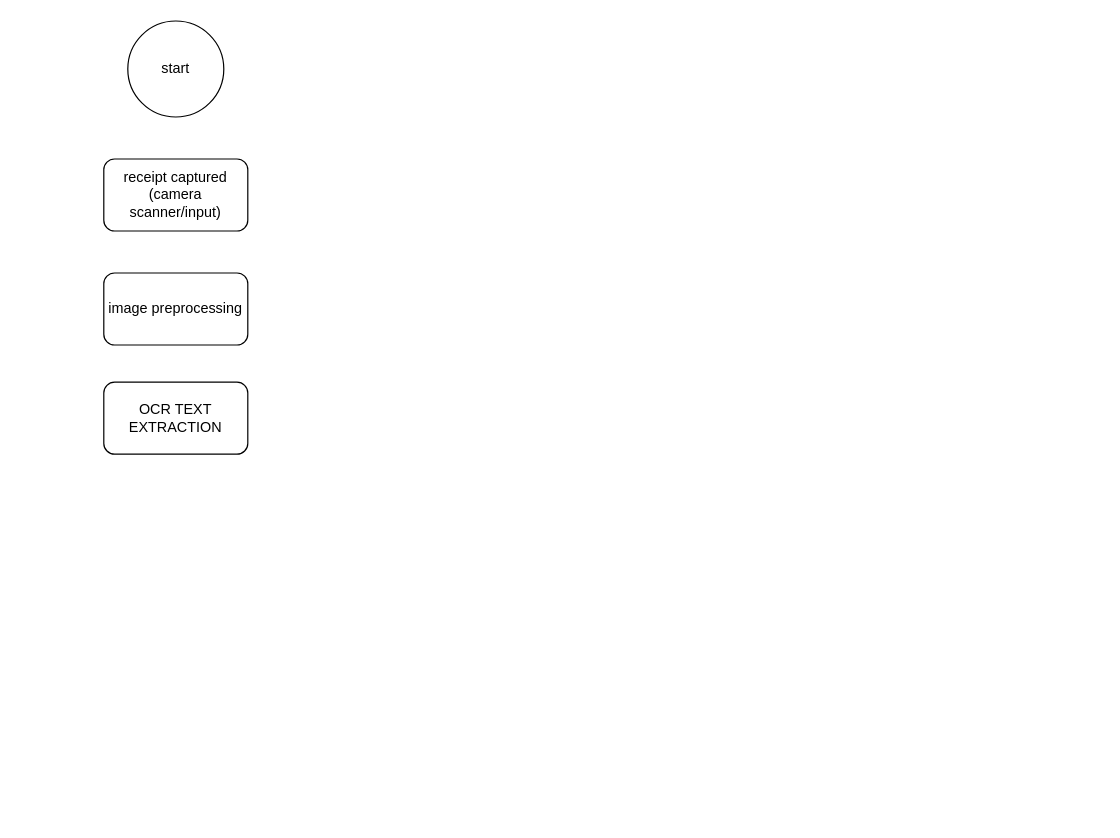
7bry7/INVENTORY-MANAGEMENT-SYSTEM-USING-IMAGE-PROCESSING-FOR-RECEIPT-BASED-STOCK-MONITORING-AND-CONTROL keeps this draw.io diagram as workflow.drawio. Above is the earlier version. Source tidied: cells renumbered, new cells numbered last; positions are measured from the earlier drawing's top-left corner, leaving out a move shared by most shapes. Both pictures are drawn from the tidied source at 120%, with x=0, y=0 at pixel (103, 20).
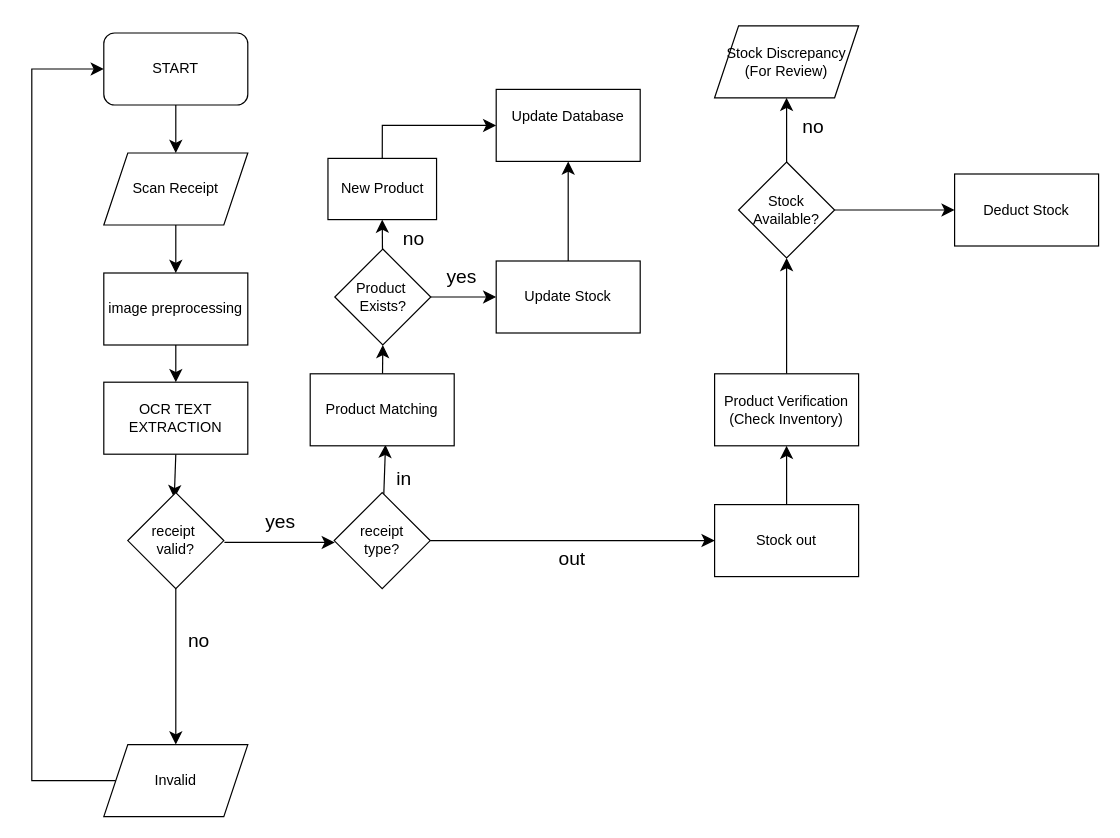
The same page after the edit.

Change to the diagram source:
```diff
@@
-    <mxCell id="2" value="start" style="ellipse;whiteSpace=wrap;html=1;" parent="1" vertex="1">
-      <mxGeometry x="20" width="80" height="80" as="geometry" />
-    </mxCell>
-    <mxCell id="3" value="receipt captured&lt;div&gt;(camera scanner/input)&lt;/div&gt;" style="rounded=1;whiteSpace=wrap;html=1;" parent="1" vertex="1">
-      <mxGeometry y="115" width="120" height="60" as="geometry" />
-    </mxCell>
+    <mxCell id="6" style="edgeStyle=none;curved=1;rounded=0;jettySize=auto;html=1;entryX=0.5;entryY=0;entryDx=0;entryDy=0;fontSize=12;startSize=8;endSize=8;exitX=0.5;exitY=1;exitDx=0;exitDy=0;" parent="1" edge="1" source="28" target="4">
+      <mxGeometry relative="1" as="geometry" />
+    </mxCell>
+    <mxCell id="7" style="edgeStyle=none;curved=1;rounded=0;jettySize=auto;html=1;entryX=0.5;entryY=0;entryDx=0;entryDy=0;fontSize=12;startSize=8;endSize=8;" parent="1" edge="1" source="4" target="5">
+      <mxGeometry relative="1" as="geometry" />
+    </mxCell>
-    <mxCell id="4" value="image preprocessing" style="rounded=1;whiteSpace=wrap;html=1;" parent="1" vertex="1">
+    <mxCell id="4" value="image preprocessing" style="rounded=0;whiteSpace=wrap;html=1;" parent="1" vertex="1">
       <mxGeometry y="210" width="120" height="60" as="geometry" />
     </mxCell>
+    <mxCell id="8" style="edgeStyle=none;curved=1;rounded=0;jettySize=auto;html=1;exitX=0.5;exitY=1;exitDx=0;exitDy=0;fontSize=12;startSize=8;endSize=8;entryX=0.484;entryY=0.058;entryDx=0;entryDy=0;entryPerimeter=0;" parent="1" edge="1" source="5" target="11">
+      <mxGeometry relative="1" as="geometry" />
+    </mxCell>
-    <mxCell id="5" value="OCR TEXT EXTRACTION" style="rounded=1;whiteSpace=wrap;html=1;" parent="1" vertex="1">
+    <mxCell id="5" value="OCR TEXT EXTRACTION" style="rounded=0;whiteSpace=wrap;html=1;" parent="1" vertex="1">
       <mxGeometry y="301" width="120" height="60" as="geometry" />
     </mxCell>
+    <mxCell id="9" style="edgeStyle=none;curved=1;rounded=0;orthogonalLoop=1;jettySize=auto;html=1;exitX=1;exitY=0.5;exitDx=0;exitDy=0;entryX=0;entryY=0.5;entryDx=0;entryDy=0;fontSize=12;startSize=8;endSize=8;" parent="1" edge="1">
+      <mxGeometry relative="1" as="geometry">
+        <mxPoint x="100.5" y="434.5" as="sourcePoint" />
+        <mxPoint x="192.5" y="434.5" as="targetPoint" />
+      </mxGeometry>
+    </mxCell>
+    <mxCell id="10" style="edgeStyle=none;curved=1;rounded=0;jettySize=auto;html=1;fontSize=12;startSize=8;endSize=8;" parent="1" edge="1" source="11" target="44">
+      <mxGeometry relative="1" as="geometry" />
+    </mxCell>
+    <mxCell id="11" value="receipt&amp;nbsp;&lt;div&gt;valid?&lt;/div&gt;" style="rhombus;whiteSpace=wrap;html=1;" parent="1" vertex="1">
+      <mxGeometry x="20" y="393" width="80" height="80" as="geometry" />
+    </mxCell>
+    <mxCell id="12" style="edgeStyle=none;curved=1;rounded=0;orthogonalLoop=1;jettySize=auto;html=1;entryX=0.5;entryY=0;entryDx=0;entryDy=0;fontSize=12;startSize=8;endSize=8;" parent="1" edge="1" source="11" target="11">
+      <mxGeometry relative="1" as="geometry" />
+    </mxCell>
+    <mxCell id="13" style="edgeStyle=orthogonalEdgeStyle;rounded=0;jettySize=auto;html=1;entryX=0;entryY=0.5;entryDx=0;entryDy=0;fontSize=12;startSize=8;endSize=8;exitX=0;exitY=0.5;exitDx=0;exitDy=0;" parent="1" edge="1" source="44" target="27">
+      <mxGeometry relative="1" as="geometry">
+        <Array as="points">
+          <mxPoint x="-60" y="633" />
+          <mxPoint x="-60" y="40" />
+        </Array>
+      </mxGeometry>
+    </mxCell>
+    <mxCell id="14" style="edgeStyle=none;curved=1;rounded=0;jettySize=auto;html=1;entryX=0;entryY=0.5;entryDx=0;entryDy=0;fontSize=12;startSize=8;endSize=8;" parent="1" edge="1" source="16" target="18">
+      <mxGeometry relative="1" as="geometry" />
+    </mxCell>
+    <mxCell id="15" style="edgeStyle=none;curved=1;rounded=0;jettySize=auto;html=1;entryX=0.523;entryY=0.987;entryDx=0;entryDy=0;fontSize=12;startSize=8;endSize=8;entryPerimeter=0;" parent="1" edge="1" source="16" target="20">
+      <mxGeometry relative="1" as="geometry" />
+    </mxCell>
+    <mxCell id="16" value="receipt&lt;div&gt;type?&lt;/div&gt;" style="rhombus;whiteSpace=wrap;html=1;" parent="1" vertex="1">
+      <mxGeometry x="192" y="393" width="80" height="80" as="geometry" />
+    </mxCell>
+    <mxCell id="17" style="edgeStyle=none;curved=1;rounded=0;jettySize=auto;html=1;fontSize=12;startSize=8;endSize=8;" parent="1" edge="1" source="18" target="39">
+      <mxGeometry relative="1" as="geometry" />
+    </mxCell>
+    <mxCell id="18" value="Stock out" style="rounded=0;whiteSpace=wrap;html=1;" parent="1" vertex="1">
+      <mxGeometry x="509" y="403" width="120" height="60" as="geometry" />
+    </mxCell>
+    <mxCell id="19" style="edgeStyle=none;curved=1;rounded=0;jettySize=auto;html=1;entryX=0.5;entryY=1;entryDx=0;entryDy=0;fontSize=12;startSize=8;endSize=8;" parent="1" edge="1" source="20" target="23">
+      <mxGeometry relative="1" as="geometry" />
+    </mxCell>
+    <mxCell id="20" value="Product Matching" style="rounded=0;whiteSpace=wrap;html=1;" parent="1" vertex="1">
+      <mxGeometry x="172" y="294" width="120" height="60" as="geometry" />
+    </mxCell>
+    <mxCell id="21" style="edgeStyle=none;curved=1;rounded=0;jettySize=auto;html=1;entryX=0.5;entryY=1;entryDx=0;entryDy=0;fontSize=12;startSize=8;endSize=8;" parent="1" edge="1" source="23" target="25">
+      <mxGeometry relative="1" as="geometry" />
+    </mxCell>
+    <mxCell id="22" style="edgeStyle=none;curved=1;rounded=0;jettySize=auto;html=1;fontSize=12;startSize=8;endSize=8;" parent="1" edge="1" source="23" target="35">
+      <mxGeometry relative="1" as="geometry" />
+    </mxCell>
+    <mxCell id="23" value="Product&amp;nbsp;&lt;div&gt;Exists?&lt;/div&gt;" style="rhombus;whiteSpace=wrap;html=1;" parent="1" vertex="1">
+      <mxGeometry x="192.5" y="190" width="80" height="80" as="geometry" />
+    </mxCell>
+    <mxCell id="24" style="edgeStyle=orthogonalEdgeStyle;rounded=0;jettySize=auto;html=1;fontSize=12;startSize=8;endSize=8;exitX=0.5;exitY=0;exitDx=0;exitDy=0;entryX=0;entryY=0.5;entryDx=0;entryDy=0;" parent="1" edge="1" source="25" target="36">
+      <mxGeometry relative="1" as="geometry" />
+    </mxCell>
+    <mxCell id="25" value="New Product" style="rounded=0;whiteSpace=wrap;html=1;" parent="1" vertex="1">
+      <mxGeometry x="186.8" y="114.5" width="90.5" height="51" as="geometry" />
+    </mxCell>
+    <mxCell id="26" style="edgeStyle=none;curved=1;rounded=0;jettySize=auto;html=1;entryX=0.5;entryY=0;entryDx=0;entryDy=0;fontSize=12;startSize=8;endSize=8;" parent="1" edge="1" source="27" target="28">
+      <mxGeometry relative="1" as="geometry" />
+    </mxCell>
+    <mxCell id="27" value="START" style="rounded=1;whiteSpace=wrap;html=1;" parent="1" vertex="1">
+      <mxGeometry y="10" width="120" height="60" as="geometry" />
+    </mxCell>
+    <mxCell id="28" value="Scan Receipt" style="shape=parallelogram;perimeter=parallelogramPerimeter;whiteSpace=wrap;html=1;fixedSize=1;" parent="1" vertex="1">
+      <mxGeometry y="110" width="120" height="60" as="geometry" />
+    </mxCell>
+    <mxCell id="29" value="in" style="text;html=1;align=center;verticalAlign=middle;strokeColor=none;fillColor=none;fontSize=16;" parent="1" vertex="1">
+      <mxGeometry x="235" y="365" width="30" height="31" as="geometry" />
+    </mxCell>
+    <mxCell id="30" value="out" style="text;html=1;align=center;verticalAlign=middle;strokeColor=none;fillColor=none;fontSize=16;" parent="1" vertex="1">
+      <mxGeometry x="370" y="432" width="40" height="31" as="geometry" />
+    </mxCell>
+    <mxCell id="31" value="yes" style="text;html=1;align=center;verticalAlign=middle;strokeColor=none;fillColor=none;fontSize=16;" parent="1" vertex="1">
+      <mxGeometry x="125" y="401" width="43" height="31" as="geometry" />
+    </mxCell>
+    <mxCell id="32" value="no" style="text;html=1;align=center;verticalAlign=middle;strokeColor=none;fillColor=none;fontSize=16;" parent="1" vertex="1">
+      <mxGeometry x="61" y="500" width="36" height="31" as="geometry" />
+    </mxCell>
+    <mxCell id="33" value="no" style="text;html=1;align=center;verticalAlign=middle;strokeColor=none;fillColor=none;fontSize=16;" parent="1" vertex="1">
+      <mxGeometry x="240" y="165.5" width="36" height="31" as="geometry" />
+    </mxCell>
+    <mxCell id="34" style="edgeStyle=none;curved=1;rounded=0;jettySize=auto;html=1;fontSize=12;startSize=8;endSize=8;" parent="1" edge="1" source="35" target="36">
+      <mxGeometry relative="1" as="geometry" />
+    </mxCell>
+    <mxCell id="35" value="Update Stock" style="whiteSpace=wrap;html=1;" parent="1" vertex="1">
+      <mxGeometry x="327" y="200" width="120" height="60" as="geometry" />
+    </mxCell>
+    <mxCell id="36" value="Update Database&lt;div&gt;&lt;br&gt;&lt;/div&gt;" style="whiteSpace=wrap;html=1;rounded=0;" parent="1" vertex="1">
+      <mxGeometry x="327" y="57" width="120" height="60" as="geometry" />
+    </mxCell>
+    <mxCell id="37" value="yes" style="text;html=1;align=center;verticalAlign=middle;strokeColor=none;fillColor=none;fontSize=16;" parent="1" vertex="1">
+      <mxGeometry x="276.5" y="197.5" width="43" height="31" as="geometry" />
+    </mxCell>
+    <mxCell id="38" style="edgeStyle=none;curved=1;rounded=0;jettySize=auto;html=1;fontSize=12;startSize=8;endSize=8;" parent="1" edge="1" source="39" target="42">
+      <mxGeometry relative="1" as="geometry" />
+    </mxCell>
+    <mxCell id="39" value="Product Verification&lt;div&gt;(Check Inventory)&lt;/div&gt;" style="rounded=0;whiteSpace=wrap;html=1;" parent="1" vertex="1">
+      <mxGeometry x="509" y="294" width="120" height="60" as="geometry" />
+    </mxCell>
+    <mxCell id="40" style="edgeStyle=none;curved=1;rounded=0;jettySize=auto;html=1;fontSize=12;startSize=8;endSize=8;" parent="1" edge="1" source="42" target="43">
+      <mxGeometry relative="1" as="geometry" />
+    </mxCell>
+    <mxCell id="41" style="edgeStyle=none;curved=1;rounded=0;jettySize=auto;html=1;fontSize=12;startSize=8;endSize=8;" parent="1" edge="1" source="42" target="46">
+      <mxGeometry relative="1" as="geometry" />
+    </mxCell>
+    <mxCell id="42" value="Stock&lt;div&gt;Available?&lt;/div&gt;" style="rhombus;whiteSpace=wrap;html=1;rounded=0;" parent="1" vertex="1">
+      <mxGeometry x="529" y="117.5" width="80" height="80" as="geometry" />
+    </mxCell>
+    <mxCell id="43" value="Stock Discrepancy&lt;div&gt;(For Review)&lt;/div&gt;" style="shape=parallelogram;perimeter=parallelogramPerimeter;whiteSpace=wrap;html=1;fixedSize=1;rounded=0;" parent="1" vertex="1">
+      <mxGeometry x="509" y="4" width="120" height="60" as="geometry" />
+    </mxCell>
+    <mxCell id="44" value="Invalid" style="shape=parallelogram;perimeter=parallelogramPerimeter;whiteSpace=wrap;html=1;fixedSize=1;" parent="1" vertex="1">
+      <mxGeometry y="603" width="120" height="60" as="geometry" />
+    </mxCell>
+    <mxCell id="45" value="no" style="text;html=1;align=center;verticalAlign=middle;strokeColor=none;fillColor=none;fontSize=16;" parent="1" vertex="1">
+      <mxGeometry x="572.5" y="72.5" width="36" height="31" as="geometry" />
+    </mxCell>
+    <mxCell id="46" value="Deduct Stock" style="whiteSpace=wrap;html=1;rounded=0;" parent="1" vertex="1">
+      <mxGeometry x="709" y="127.5" width="120" height="60" as="geometry" />
+    </mxCell>
```
